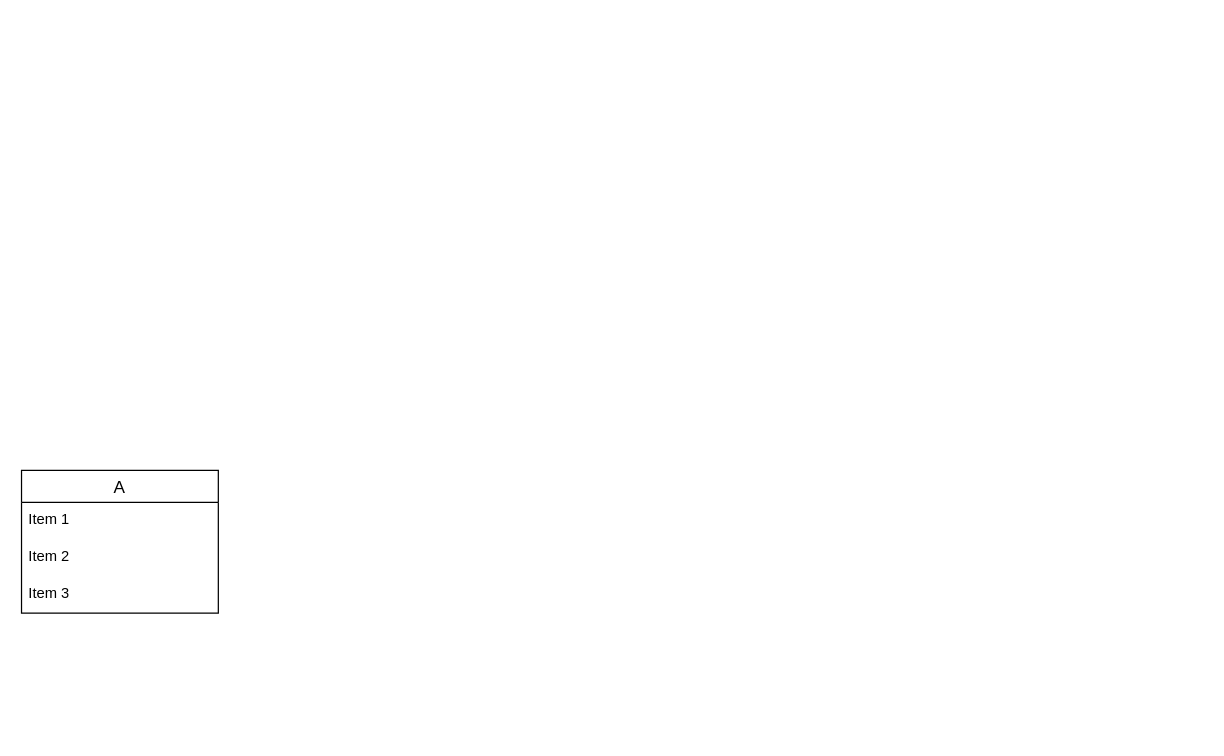
The draw.io diagram Ej3.drawio in AlejandroCara/acr-tsys-modeloER-drawio-1110, before the edit. Source tidied: cells renumbered, new cells numbered last; positions are measured from the earlier drawing's top-left corner, leaving out a move shared by most shapes. Both pictures are drawn from the tidied source at 123%, with x=0, y=0 at pixel (21, 470).
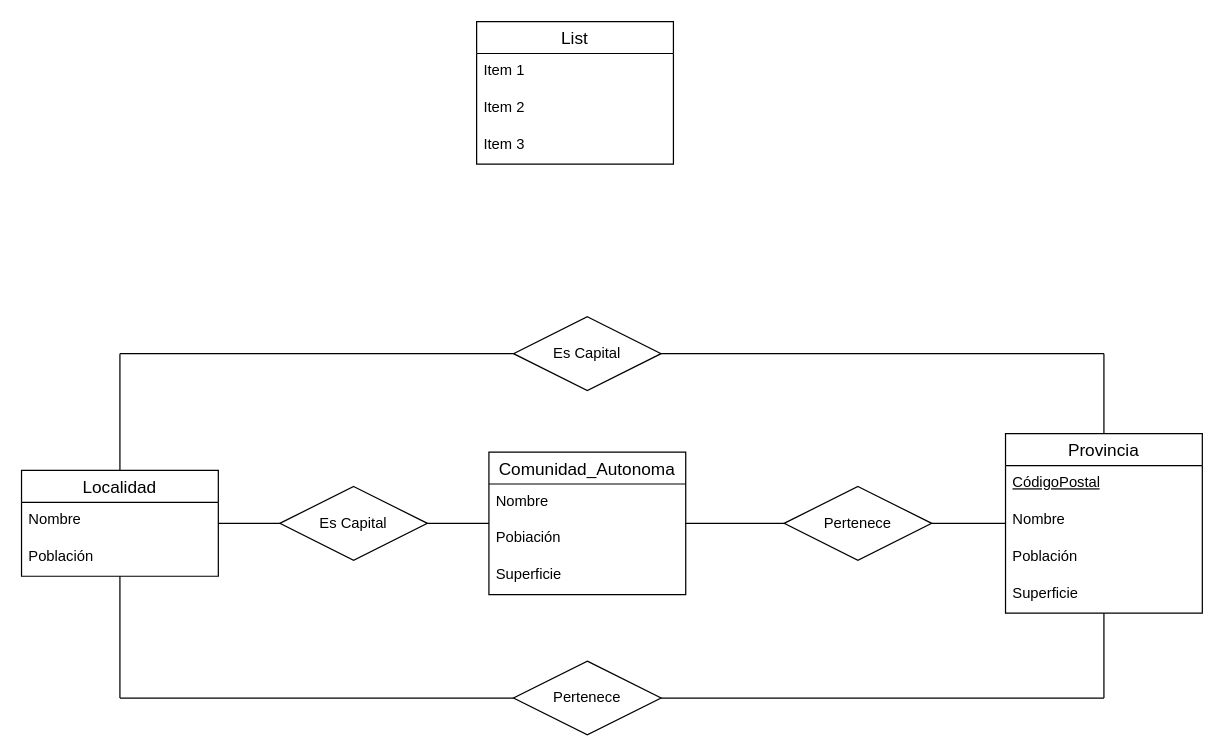
Above is the later version.

Diff of the diagram source:
```diff
@@
-    <mxCell id="2" value="A" style="swimlane;fontStyle=0;horizontal=1;startSize=26;align=center;fontSize=14;" parent="1" vertex="1">
-      <mxGeometry width="160" height="116" as="geometry" />
+    <mxCell id="2" value="Localidad" style="swimlane;fontStyle=0;horizontal=1;startSize=26;align=center;fontSize=14;" parent="1" vertex="1">
+      <mxGeometry width="160" height="86" as="geometry" />
     </mxCell>
-    <mxCell id="3" value="Item 1" style="text;strokeColor=none;fillColor=none;spacingLeft=4;spacingRight=4;overflow=hidden;fontSize=12;whiteSpace=wrap;html=1;" parent="2" vertex="1">
+    <mxCell id="3" value="Nombre" style="text;strokeColor=none;fillColor=none;spacingLeft=4;spacingRight=4;overflow=hidden;fontSize=12;whiteSpace=wrap;html=1;" parent="2" vertex="1">
       <mxGeometry y="26" width="160" height="30" as="geometry" />
     </mxCell>
-    <mxCell id="4" value="Item 2" style="text;strokeColor=none;fillColor=none;spacingLeft=4;spacingRight=4;overflow=hidden;fontSize=12;whiteSpace=wrap;html=1;" parent="2" vertex="1">
+    <mxCell id="4" value="Población" style="text;strokeColor=none;fillColor=none;spacingLeft=4;spacingRight=4;overflow=hidden;fontSize=12;whiteSpace=wrap;html=1;" parent="2" vertex="1">
       <mxGeometry y="56" width="160" height="30" as="geometry" />
     </mxCell>
+    <mxCell id="6" value="Provincia" style="swimlane;fontStyle=0;horizontal=1;startSize=26;align=center;fontSize=14;" parent="1" vertex="1">
+      <mxGeometry x="800" y="-30" width="160" height="146" as="geometry" />
+    </mxCell>
+    <mxCell id="7" value="CódigoPostal" style="text;strokeColor=none;fillColor=none;spacingLeft=4;spacingRight=4;overflow=hidden;fontSize=12;whiteSpace=wrap;html=1;fontStyle=4;" parent="6" vertex="1">
+      <mxGeometry y="26" width="160" height="30" as="geometry" />
+    </mxCell>
+    <mxCell id="8" value="Nombre" style="text;strokeColor=none;fillColor=none;spacingLeft=4;spacingRight=4;overflow=hidden;fontSize=12;whiteSpace=wrap;html=1;" parent="6" vertex="1">
+      <mxGeometry y="56" width="160" height="30" as="geometry" />
+    </mxCell>
+    <mxCell id="9" value="Población" style="text;strokeColor=none;fillColor=none;spacingLeft=4;spacingRight=4;overflow=hidden;fontSize=12;whiteSpace=wrap;html=1;" parent="6" vertex="1">
+      <mxGeometry y="86" width="160" height="30" as="geometry" />
+    </mxCell>
+    <mxCell id="10" value="Superficie" style="text;strokeColor=none;fillColor=none;spacingLeft=4;spacingRight=4;overflow=hidden;fontSize=12;whiteSpace=wrap;html=1;" parent="6" vertex="1">
+      <mxGeometry y="116" width="160" height="30" as="geometry" />
+    </mxCell>
+    <mxCell id="11" value="Comunidad_Autonoma" style="swimlane;fontStyle=0;horizontal=1;startSize=26;align=center;fontSize=14;" parent="1" vertex="1">
+      <mxGeometry x="380" y="-15" width="160" height="116" as="geometry" />
+    </mxCell>
+    <mxCell id="12" value="Nombre" style="text;strokeColor=none;fillColor=none;spacingLeft=4;spacingRight=4;overflow=hidden;fontSize=12;whiteSpace=wrap;html=1;" parent="11" vertex="1">
+      <mxGeometry y="26" width="160" height="30" as="geometry" />
+    </mxCell>
+    <mxCell id="13" value="Pobiación" style="text;strokeColor=none;fillColor=none;spacingLeft=4;spacingRight=4;overflow=hidden;fontSize=12;whiteSpace=wrap;html=1;" parent="11" vertex="1">
+      <mxGeometry y="56" width="160" height="30" as="geometry" />
+    </mxCell>
+    <mxCell id="14" value="Superficie" style="text;strokeColor=none;fillColor=none;spacingLeft=4;spacingRight=4;overflow=hidden;fontSize=12;whiteSpace=wrap;html=1;" parent="11" vertex="1">
+      <mxGeometry y="86" width="160" height="30" as="geometry" />
+    </mxCell>
+    <mxCell id="15" value="List" style="swimlane;fontStyle=0;horizontal=1;startSize=26;align=center;fontSize=14;" parent="1" vertex="1">
+      <mxGeometry x="370" y="-365" width="160" height="116" as="geometry" />
+    </mxCell>
+    <mxCell id="16" value="Item 1" style="text;strokeColor=none;fillColor=none;spacingLeft=4;spacingRight=4;overflow=hidden;fontSize=12;whiteSpace=wrap;html=1;" parent="15" vertex="1">
+      <mxGeometry y="26" width="160" height="30" as="geometry" />
+    </mxCell>
+    <mxCell id="17" value="Item 2" style="text;strokeColor=none;fillColor=none;spacingLeft=4;spacingRight=4;overflow=hidden;fontSize=12;whiteSpace=wrap;html=1;" parent="15" vertex="1">
+      <mxGeometry y="56" width="160" height="30" as="geometry" />
+    </mxCell>
-    <mxCell id="5" value="Item 3" style="text;strokeColor=none;fillColor=none;spacingLeft=4;spacingRight=4;overflow=hidden;fontSize=12;whiteSpace=wrap;html=1;" parent="2" vertex="1">
+    <mxCell id="5" value="Item 3" style="text;strokeColor=none;fillColor=none;spacingLeft=4;spacingRight=4;overflow=hidden;fontSize=12;whiteSpace=wrap;html=1;" parent="15" vertex="1">
       <mxGeometry y="86" width="160" height="30" as="geometry" />
     </mxCell>
+    <mxCell id="18" value="Pertenece" style="shape=rhombus;perimeter=rhombusPerimeter;whiteSpace=wrap;html=1;align=center;" parent="1" vertex="1">
+      <mxGeometry x="400" y="155" width="120" height="60" as="geometry" />
+    </mxCell>
+    <mxCell id="19" style="endArrow=none;html=1;rounded=0;" parent="1" edge="1" target="2">
+      <mxGeometry relative="1" as="geometry">
+        <mxPoint x="80" y="185" as="sourcePoint" />
+      </mxGeometry>
+    </mxCell>
+    <mxCell id="20" style="endArrow=none;html=1;rounded=0;" parent="1" edge="1" target="18">
+      <mxGeometry relative="1" as="geometry">
+        <mxPoint x="80" y="185" as="sourcePoint" />
+      </mxGeometry>
+    </mxCell>
+    <mxCell id="21" style="endArrow=none;html=1;rounded=0;exitX=1;exitY=0.5;exitDx=0;exitDy=0;" parent="1" edge="1" source="18">
+      <mxGeometry relative="1" as="geometry">
+        <mxPoint x="880" y="185" as="targetPoint" />
+      </mxGeometry>
+    </mxCell>
+    <mxCell id="22" style="endArrow=none;html=1;rounded=0;" parent="1" edge="1" source="6">
+      <mxGeometry relative="1" as="geometry">
+        <mxPoint x="880" y="185" as="targetPoint" />
+      </mxGeometry>
+    </mxCell>
+    <mxCell id="23" value="Pertenece" style="shape=rhombus;perimeter=rhombusPerimeter;whiteSpace=wrap;html=1;align=center;" parent="1" vertex="1">
+      <mxGeometry x="620" y="13" width="120" height="60" as="geometry" />
+    </mxCell>
+    <mxCell id="24" style="endArrow=none;html=1;rounded=0;entryX=0;entryY=0.5;entryDx=0;entryDy=0;" parent="1" edge="1" source="11" target="23">
+      <mxGeometry relative="1" as="geometry" />
+    </mxCell>
+    <mxCell id="25" style="endArrow=none;html=1;rounded=0;exitX=1;exitY=0.5;exitDx=0;exitDy=0;" parent="1" edge="1" source="23" target="6">
+      <mxGeometry relative="1" as="geometry" />
+    </mxCell>
+    <mxCell id="26" value="Es Capital" style="shape=rhombus;perimeter=rhombusPerimeter;whiteSpace=wrap;html=1;align=center;" parent="1" vertex="1">
+      <mxGeometry x="210" y="13" width="120" height="60" as="geometry" />
+    </mxCell>
+    <mxCell id="27" style="endArrow=none;html=1;rounded=0;exitX=1;exitY=0.5;exitDx=0;exitDy=0;" parent="1" edge="1" source="26" target="11">
+      <mxGeometry relative="1" as="geometry" />
+    </mxCell>
+    <mxCell id="28" style="endArrow=none;html=1;rounded=0;" parent="1" edge="1" source="2" target="26">
+      <mxGeometry relative="1" as="geometry" />
+    </mxCell>
+    <mxCell id="29" value="Es Capital" style="shape=rhombus;perimeter=rhombusPerimeter;whiteSpace=wrap;html=1;align=center;" parent="1" vertex="1">
+      <mxGeometry x="400" y="-125" width="120" height="60" as="geometry" />
+    </mxCell>
+    <mxCell id="30" style="endArrow=none;html=1;rounded=0;entryX=0.5;entryY=0;entryDx=0;entryDy=0;" parent="1" edge="1" target="2">
+      <mxGeometry relative="1" as="geometry">
+        <mxPoint x="80" y="-95" as="sourcePoint" />
+      </mxGeometry>
+    </mxCell>
+    <mxCell id="31" style="endArrow=none;html=1;rounded=0;entryX=0;entryY=0.5;entryDx=0;entryDy=0;" parent="1" edge="1" target="29">
+      <mxGeometry relative="1" as="geometry">
+        <mxPoint x="80" y="-95" as="sourcePoint" />
+      </mxGeometry>
+    </mxCell>
+    <mxCell id="32" style="endArrow=none;html=1;rounded=0;exitX=1;exitY=0.5;exitDx=0;exitDy=0;" parent="1" edge="1" source="29">
+      <mxGeometry relative="1" as="geometry">
+        <mxPoint x="880" y="-95" as="targetPoint" />
+      </mxGeometry>
+    </mxCell>
+    <mxCell id="33" style="endArrow=none;html=1;rounded=0;entryX=0.5;entryY=0;entryDx=0;entryDy=0;" parent="1" edge="1" target="6">
+      <mxGeometry relative="1" as="geometry">
+        <mxPoint x="880" y="-95" as="sourcePoint" />
+      </mxGeometry>
+    </mxCell>
```
